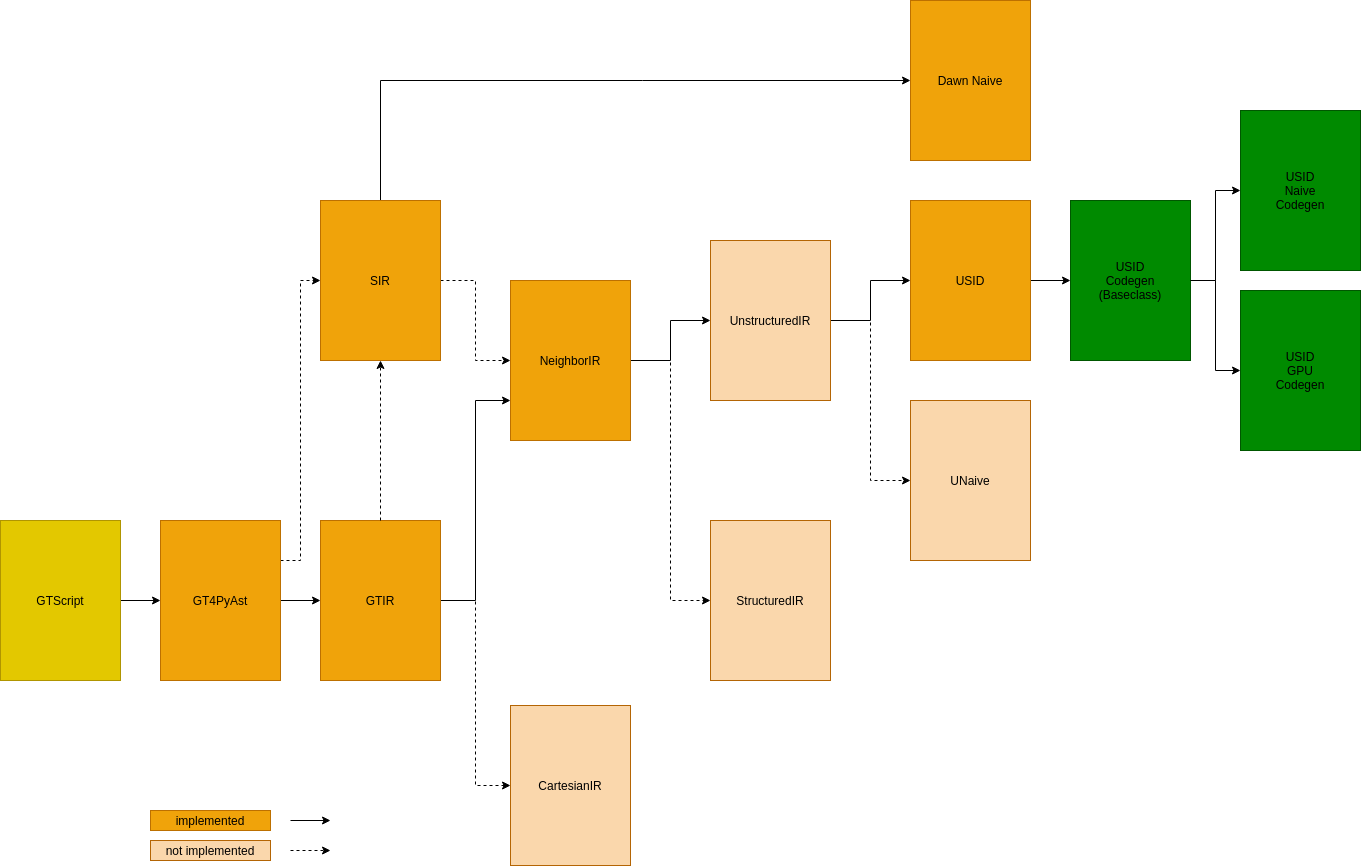
Before: src/gtc/gtc_irs.drawio.png, a diagram exported from draw.io (tehrengruber/gtc). Source tidied: cells renumbered, new cells last; positions are measured from the earlier drawing's top-left corner, leaving out a move shared by most shapes.
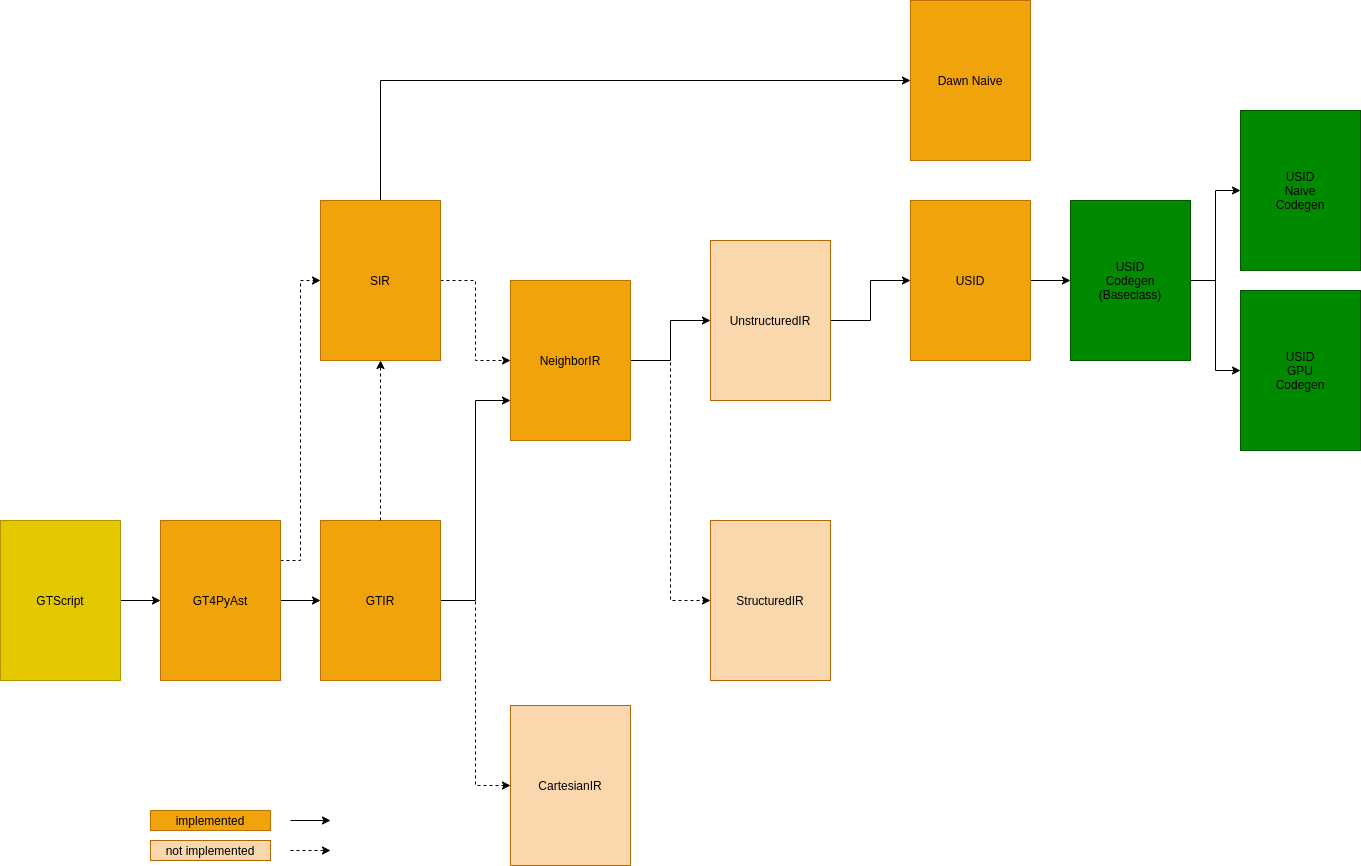
After the commit.

The edit, as a diff of the source:
```diff
@@ -20,9 +20,6 @@
     <mxCell id="7" value="&lt;font color=&quot;#000000&quot;&gt;CartesianIR&lt;/font&gt;" style="rounded=0;whiteSpace=wrap;html=1;fontFamily=Helvetica;fontSize=12;align=center;strokeColor=#b46504;fillColor=#fad7ac;" parent="1" vertex="1">
       <mxGeometry x="510" y="705" width="120" height="160" as="geometry" />
     </mxCell>
-    <mxCell id="8" style="edgeStyle=orthogonalEdgeStyle;rounded=0;jettySize=auto;html=1;fontColor=#000000;entryX=0;entryY=0.5;entryDx=0;entryDy=0;dashed=1;" parent="1" edge="1" source="10" target="15">
-      <mxGeometry relative="1" as="geometry" />
-    </mxCell>
     <mxCell id="9" style="edgeStyle=orthogonalEdgeStyle;rounded=0;jettySize=auto;html=1;exitX=1;exitY=0.5;exitDx=0;exitDy=0;entryX=0;entryY=0.5;entryDx=0;entryDy=0;fontColor=#000000;" parent="1" edge="1" source="10" target="14">
       <mxGeometry relative="1" as="geometry" />
     </mxCell>
@@ -41,9 +38,6 @@
     <mxCell id="14" value="&lt;font color=&quot;#000000&quot;&gt;USID&lt;/font&gt;" style="rounded=0;whiteSpace=wrap;html=1;fontFamily=Helvetica;fontSize=12;fontColor=#ffffff;align=center;strokeColor=#BD7000;fillColor=#f0a30a;" parent="1" vertex="1">
       <mxGeometry x="910" y="200" width="120" height="160" as="geometry" />
     </mxCell>
-    <mxCell id="15" value="&lt;font color=&quot;#000000&quot;&gt;UNaive&lt;/font&gt;" style="rounded=0;whiteSpace=wrap;html=1;fontFamily=Helvetica;fontSize=12;align=center;strokeColor=#b46504;fillColor=#fad7ac;" parent="1" vertex="1">
-      <mxGeometry x="910" y="400" width="120" height="160" as="geometry" />
-    </mxCell>
     <mxCell id="16" style="edgeStyle=orthogonalEdgeStyle;rounded=0;jettySize=auto;html=1;fontColor=#000000;dashed=1;" parent="1" edge="1" source="18" target="6">
       <mxGeometry relative="1" as="geometry" />
     </mxCell>
```
